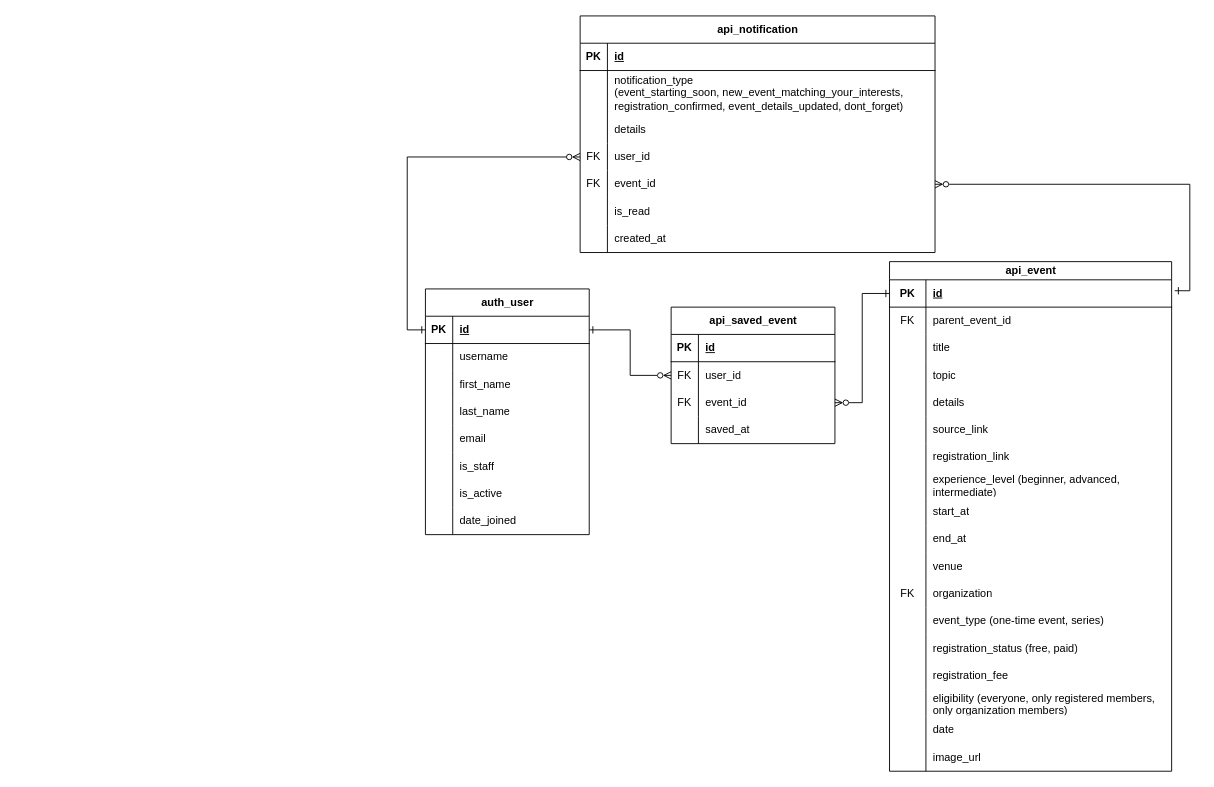
Above: page "User" (2 of 3) of 2Gether.drawio in RHILIUS/drawio (draw.io), before the change. Source tidied: cells renumbered, new cells numbered last; positions are measured from the earlier drawing's top-left corner, leaving out a move shared by most shapes. Both pictures are drawn from the tidied source at 91%, with x=0, y=0 at pixel (425, 15).
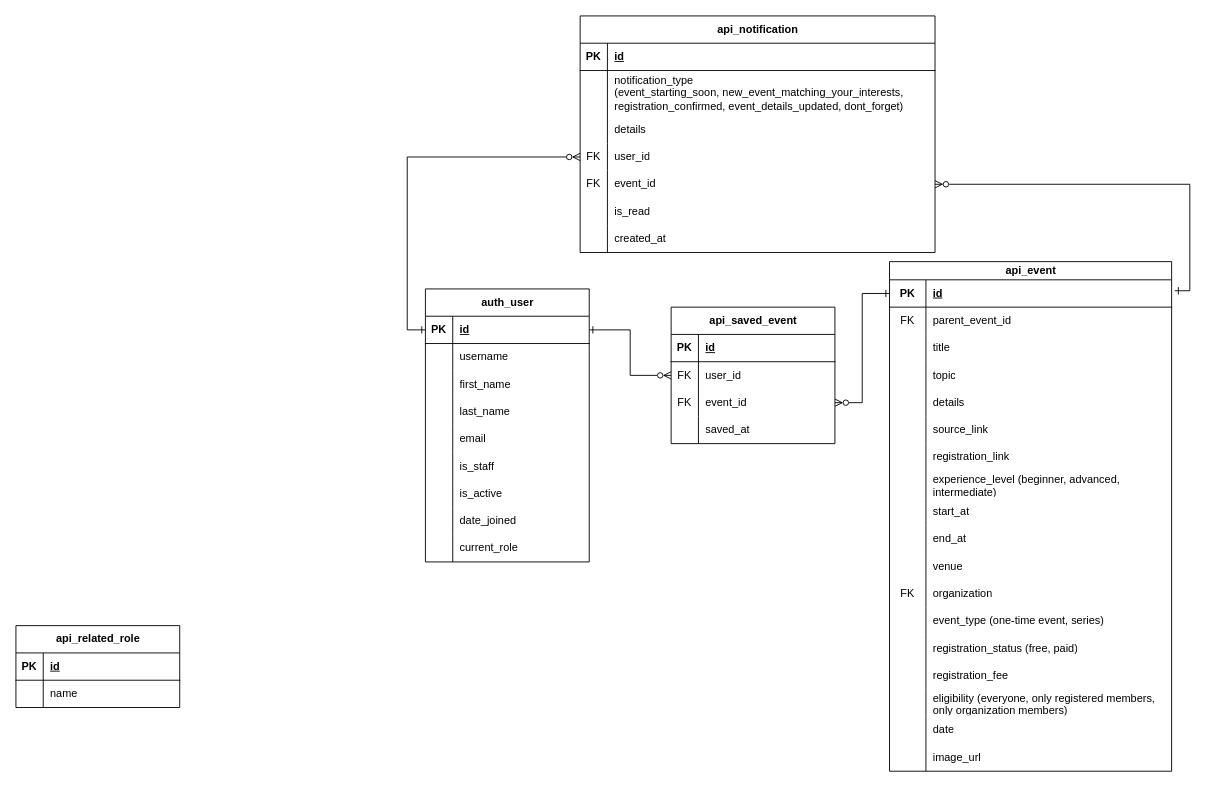
Above is the later version.

Commit message:
add current role field in api_user

The edit, as a diff of the source:
```diff
@@
     <mxCell id="2" value="auth_user" style="shape=table;startSize=30;childLayout=tableLayout;rowLines=0;fontStyle=1;align=center;html=1;" parent="1" vertex="1">
-      <mxGeometry y="300" width="180" height="270" as="geometry" />
+      <mxGeometry y="300" width="180" height="300" as="geometry" />
     </mxCell>
@@
+    <mxCell id="121" style="shape=tableRow;horizontal=0;startSize=0;swimlaneHead=0;swimlaneBody=0;fillColor=none;top=0;left=0;right=0;bottom=0;" parent="2" vertex="1">
+      <mxGeometry y="270" width="180" height="30" as="geometry" />
+    </mxCell>
+    <mxCell id="122" style="shape=partialRectangle;fillColor=none;top=0;left=0;bottom=0;right=0;overflow=hidden;whiteSpace=wrap;html=1;" parent="121" vertex="1">
+      <mxGeometry width="30" height="30" as="geometry" />
+    </mxCell>
+    <mxCell id="123" value="current_role" style="shape=partialRectangle;fillColor=none;top=0;left=0;bottom=0;right=0;align=left;spacingLeft=6;overflow=hidden;whiteSpace=wrap;html=1;" parent="121" vertex="1">
+      <mxGeometry x="30" width="150" height="30" as="geometry" />
+    </mxCell>
@@
+    <mxCell id="124" value="api_related_role" style="shape=table;startSize=30;childLayout=tableLayout;rowLines=0;fontStyle=1;align=center;html=1;" parent="1" vertex="1">
+      <mxGeometry x="-450" y="670" width="180" height="90" as="geometry" />
+    </mxCell>
+    <mxCell id="125" style="shape=tableRow;horizontal=0;startSize=0;swimlaneHead=0;swimlaneBody=0;fillColor=none;top=0;left=0;right=0;bottom=1;" parent="124" vertex="1">
+      <mxGeometry y="30" width="180" height="30" as="geometry" />
+    </mxCell>
+    <mxCell id="126" value="PK" style="shape=partialRectangle;fillColor=none;top=0;left=0;bottom=0;right=0;fontStyle=1;overflow=hidden;whiteSpace=wrap;html=1;" parent="125" vertex="1">
+      <mxGeometry width="30" height="30" as="geometry" />
+    </mxCell>
+    <mxCell id="127" value="id" style="shape=partialRectangle;fillColor=none;top=0;left=0;bottom=0;right=0;align=left;spacingLeft=6;fontStyle=5;overflow=hidden;whiteSpace=wrap;html=1;" parent="125" vertex="1">
+      <mxGeometry x="30" width="150" height="30" as="geometry" />
+    </mxCell>
+    <mxCell id="128" style="shape=tableRow;horizontal=0;startSize=0;swimlaneHead=0;swimlaneBody=0;fillColor=none;top=0;left=0;right=0;bottom=0;" parent="124" vertex="1">
+      <mxGeometry y="60" width="180" height="30" as="geometry" />
+    </mxCell>
+    <mxCell id="129" style="shape=partialRectangle;fillColor=none;top=0;left=0;bottom=0;right=0;overflow=hidden;whiteSpace=wrap;html=1;" parent="128" vertex="1">
+      <mxGeometry width="30" height="30" as="geometry" />
+    </mxCell>
+    <mxCell id="130" value="name" style="shape=partialRectangle;fillColor=none;top=0;left=0;bottom=0;right=0;align=left;spacingLeft=6;overflow=hidden;whiteSpace=wrap;html=1;" parent="128" vertex="1">
+      <mxGeometry x="30" width="150" height="30" as="geometry" />
+    </mxCell>
```
